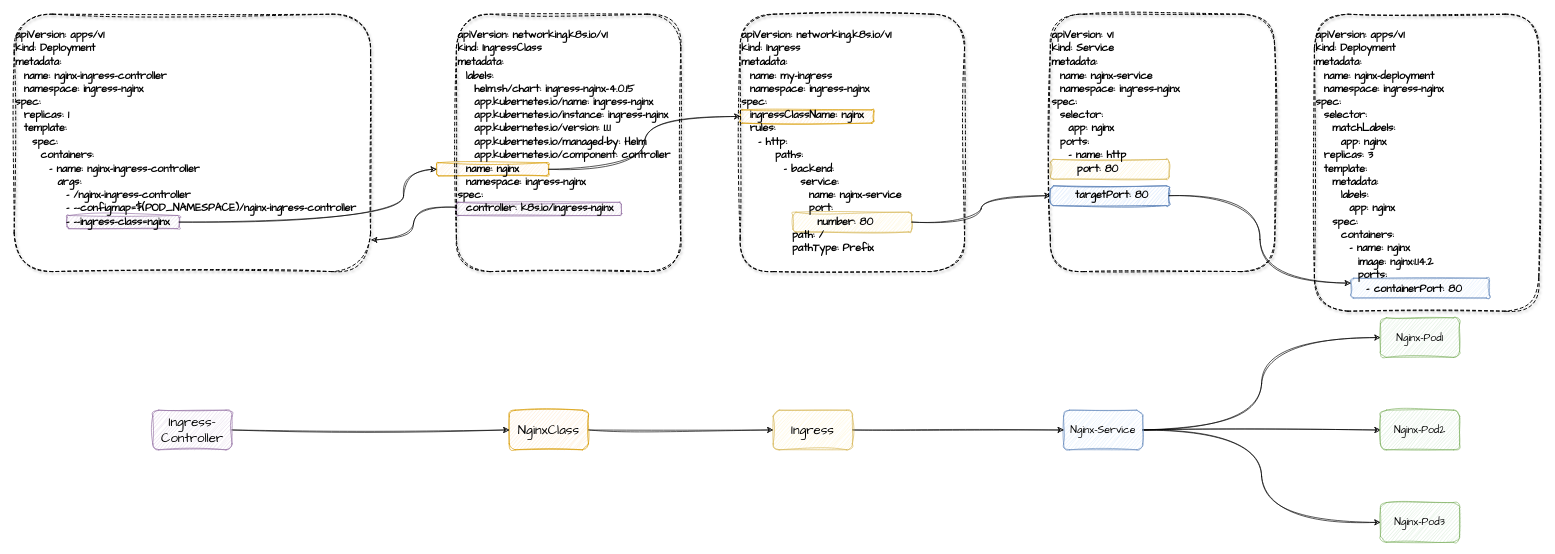
Above: page "第 18 页" (18 of 26) of docs/learn-k8s.drawio in caijiatao/go-lib (draw.io), before the change. Source tidied: cells renumbered, new cells numbered last; positions are measured from the earlier drawing's top-left corner, leaving out a move shared by most shapes. Both pictures are drawn from the tidied source at 66%, with x=0, y=0 at pixel (14, 14).
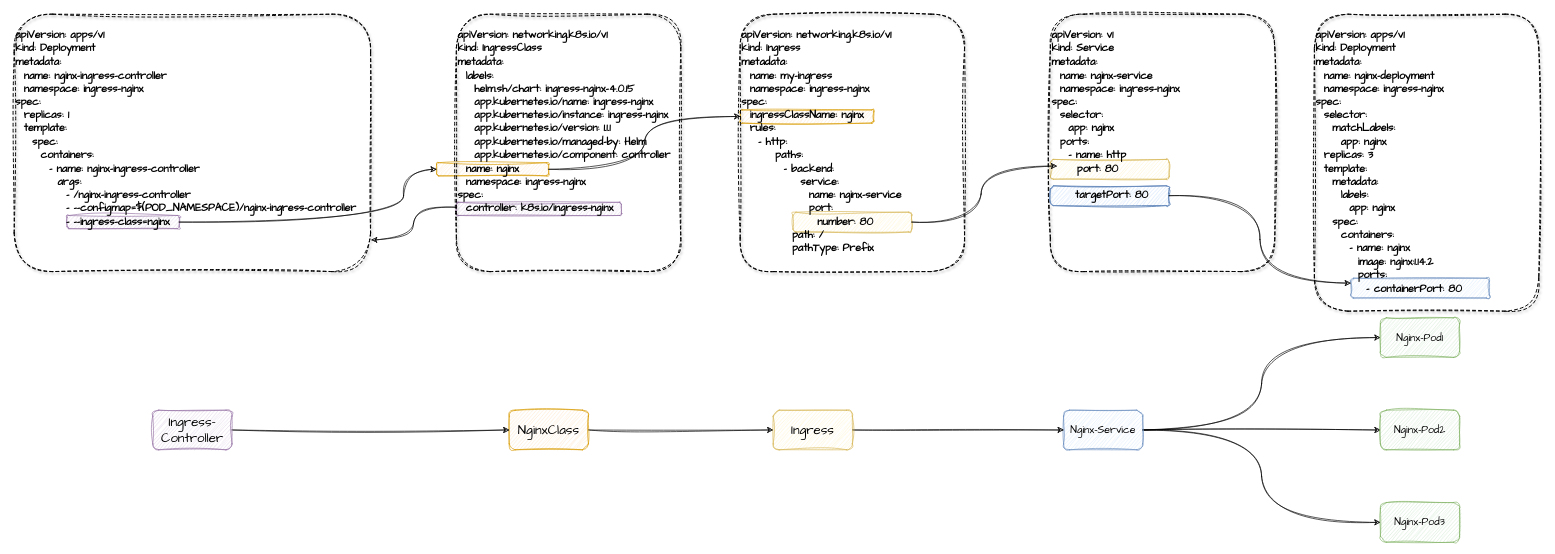
The same diagram, later.

Unchanged cells that the change refers to:
```xml
<mxCell id="6" style="rounded=1;whiteSpace=wrap;html=1;hachureGap=4;fontFamily=Architects Daughter;fontSize=20;fillColor=#fff2cc;strokeColor=#d6b656;sketch=1;curveFitting=1;jiggle=2;" parent="1" vertex="1">
  <mxGeometry x="1180" y="300" width="180" height="30" as="geometry" />
</mxCell>
<mxCell id="9" value="&lt;pre style=&quot;&quot;&gt;&lt;code class=&quot;language-yaml&quot; style=&quot;&quot;&gt;&lt;font face=&quot;Architects Daughter&quot;&gt;&lt;b&gt;apiVersion: v1&lt;br&gt;kind: Service&lt;br&gt;metadata:&lt;br&gt;  name: nginx-service&lt;br&gt;  namespace: ingress-nginx&lt;br&gt;spec:&lt;br&gt;  selector:&lt;br&gt;    app: nginx&lt;br&gt;  ports:&lt;br&gt;    - name: http&lt;br&gt;      port: 80&lt;br&gt;    &lt;/b&gt;&lt;/font&gt;&lt;/code&gt;&lt;/pre&gt;" style="text;whiteSpace=wrap;html=1;fontSize=16;fontFamily=Architects Daughter;strokeColor=default;dashed=1;strokeWidth=1.5;rounded=1;glass=0;shadow=1;sketch=1;curveFitting=1;jiggle=2;" parent="1" vertex="1">
  <mxGeometry x="1570" width="340" height="390" as="geometry" />
</mxCell>
<mxCell id="12" value="&lt;pre style=&quot;border-color: var(--border-color); font-size: 16px; text-align: left;&quot;&gt;&lt;code style=&quot;border-color: var(--border-color);&quot; class=&quot;language-yaml&quot;&gt;&lt;font style=&quot;border-color: var(--border-color);&quot; face=&quot;Architects Daughter&quot;&gt;&lt;b style=&quot;border-color: var(--border-color);&quot;&gt;  targetPort: 80 &lt;/b&gt;&lt;/font&gt;&lt;/code&gt;&lt;/pre&gt;" style="rounded=1;whiteSpace=wrap;html=1;hachureGap=4;fontFamily=Architects Daughter;fontSize=20;fillColor=#dae8fc;strokeColor=#6c8ebf;strokeWidth=1.5;sketch=1;curveFitting=1;jiggle=2;" parent="1" vertex="1">
  <mxGeometry x="1570" y="260" width="180" height="30" as="geometry" />
</mxCell>
```

Diff of the diagram source:
```diff
@@
-    <mxCell id="10" style="edgeStyle=orthogonalEdgeStyle;hachureGap=4;jettySize=auto;html=1;fontFamily=Architects Daughter;fontSize=16;curved=1;entryX=0;entryY=0.5;entryDx=0;entryDy=0;rounded=1;sketch=1;curveFitting=1;jiggle=2;" parent="1" edge="1" source="6" target="12">
+    <mxCell id="10" style="edgeStyle=orthogonalEdgeStyle;hachureGap=4;jettySize=auto;html=1;fontFamily=Architects Daughter;fontSize=16;curved=1;entryX=0.029;entryY=0.59;entryDx=0;entryDy=0;rounded=1;sketch=1;curveFitting=1;jiggle=2;entryPerimeter=0;" parent="1" edge="1" source="6" target="9">
       <mxGeometry relative="1" as="geometry" />
     </mxCell>
```
